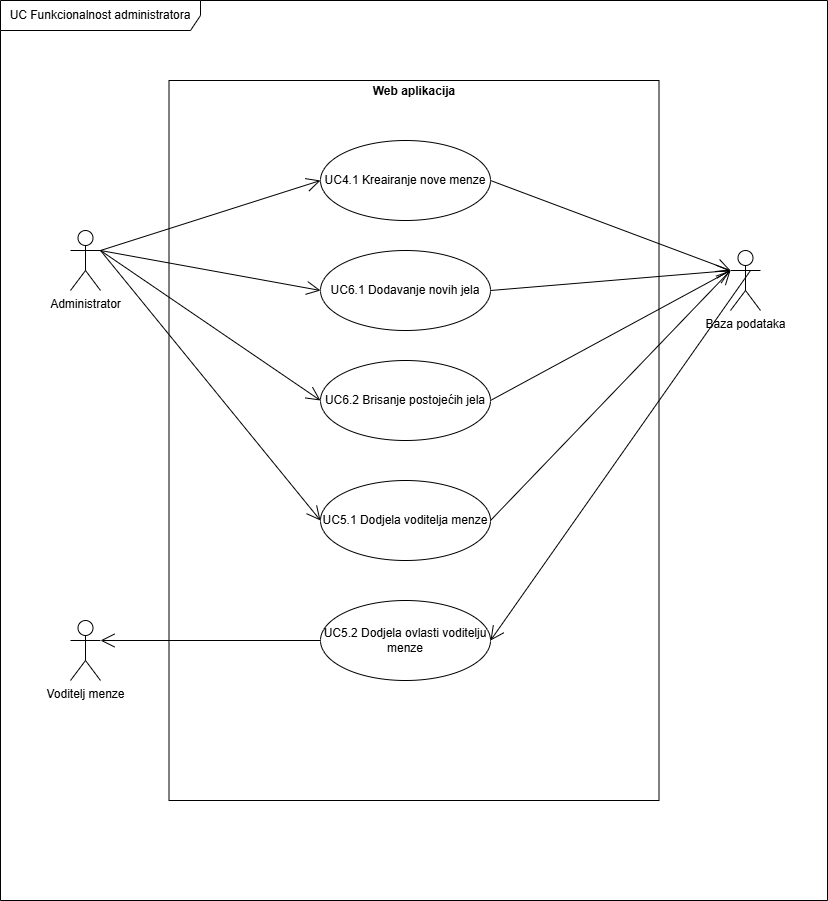
Earlier version of the draw.io export docs/imgs/uc-diagrams/UCAdmin.png (lukaznj/dish-detective). Source tidied: cells renumbered, new cells last; positions are measured from the earlier drawing's top-left corner, leaving out a move shared by most shapes.
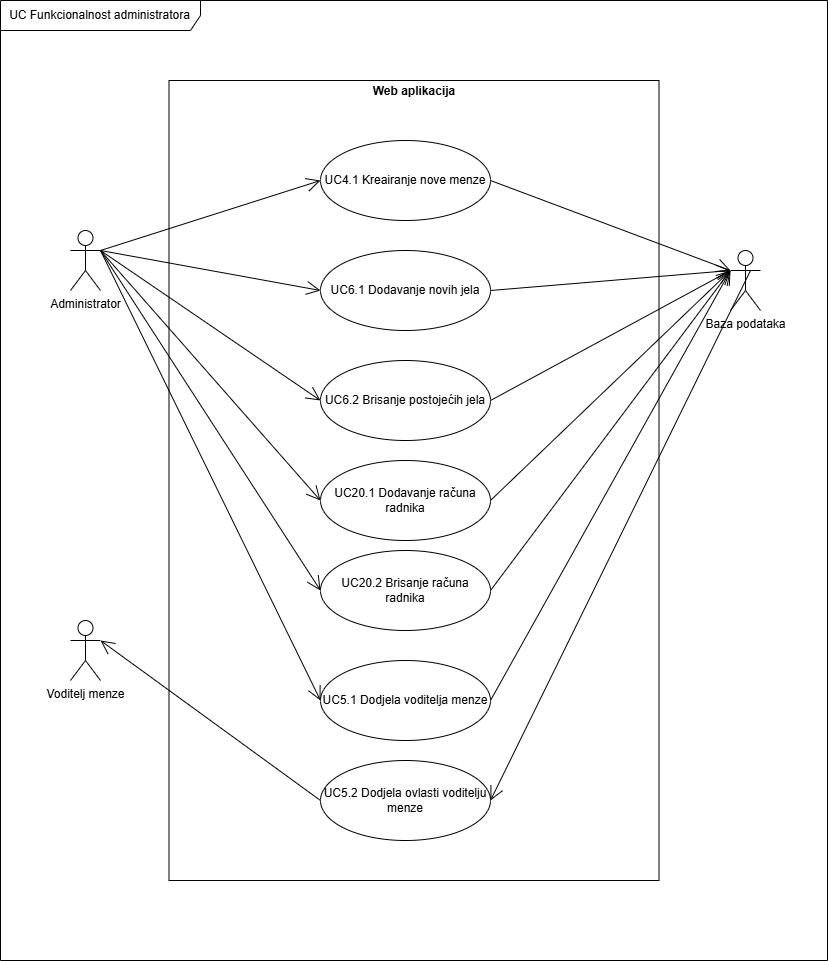
The same diagram one commit later.

The edit, as a diff of the source:
```diff
@@ -3,10 +3,10 @@
     <mxCell id="0" />
     <mxCell id="1" parent="0" />
     <mxCell id="2" value="UC Funkcionalnost administratora" style="shape=umlFrame;whiteSpace=wrap;html=1;width=200;height=30;" parent="1" vertex="1">
-      <mxGeometry width="827" height="900" as="geometry" />
+      <mxGeometry width="827" height="960" as="geometry" />
     </mxCell>
     <mxCell id="3" value="&lt;p style=&quot;margin:0px;margin-top:4px;text-align:center;&quot;&gt;&lt;/p&gt;&lt;div style=&quot;text-align: center; height: 2px;&quot;&gt;&lt;b&gt;Web aplikacija&lt;/b&gt;&lt;/div&gt;" style="verticalAlign=top;align=left;overflow=fill;html=1;whiteSpace=wrap;labelBackgroundColor=none;" parent="1" vertex="1">
-      <mxGeometry x="168.5" y="80" width="490" height="720" as="geometry" />
+      <mxGeometry x="168.5" y="80" width="490" height="800" as="geometry" />
     </mxCell>
     <mxCell id="4" value="Administrator" style="shape=umlActor;verticalLabelPosition=bottom;verticalAlign=top;html=1;" parent="1" vertex="1">
       <mxGeometry x="70" y="230" width="30" height="60" as="geometry" />
@@ -24,7 +24,7 @@
       <mxGeometry relative="1" as="geometry" />
     </mxCell>
     <mxCell id="9" value="UC5.1 Dodjela voditelja menze" style="ellipse;whiteSpace=wrap;html=1;" parent="1" vertex="1">
-      <mxGeometry x="320" y="480" width="170" height="80" as="geometry" />
+      <mxGeometry x="320" y="660" width="170" height="80" as="geometry" />
     </mxCell>
     <mxCell id="10" style="endArrow=open;endFill=1;endSize=12;html=1;rounded=0;entryX=0;entryY=0.5;entryDx=0;entryDy=0;" parent="1" edge="1" target="9">
       <mxGeometry relative="1" as="geometry">
@@ -40,7 +40,7 @@
       <mxGeometry x="70" y="620" width="30" height="60" as="geometry" />
     </mxCell>
     <mxCell id="13" value="UC5.2 Dodjela ovlasti voditelju menze" style="ellipse;whiteSpace=wrap;html=1;" parent="1" vertex="1">
-      <mxGeometry x="320" y="600" width="170" height="80" as="geometry" />
+      <mxGeometry x="320" y="760" width="170" height="80" as="geometry" />
     </mxCell>
     <mxCell id="14" style="endArrow=open;endFill=1;endSize=12;html=1;rounded=0;entryX=1;entryY=0.5;entryDx=0;entryDy=0;" parent="1" edge="1" target="13">
       <mxGeometry relative="1" as="geometry">
@@ -76,5 +76,31 @@
         <mxPoint x="730" y="270" as="targetPoint" />
       </mxGeometry>
     </mxCell>
+    <mxCell id="22" value="UC20.1 Dodavanje računa radnika" style="ellipse;whiteSpace=wrap;html=1;" parent="1" vertex="1">
+      <mxGeometry x="320" y="460" width="170" height="80" as="geometry" />
+    </mxCell>
+    <mxCell id="23" value="UC20.2 Brisanje računa radnika" style="ellipse;whiteSpace=wrap;html=1;" parent="1" vertex="1">
+      <mxGeometry x="320" y="550" width="170" height="80" as="geometry" />
+    </mxCell>
+    <mxCell id="24" style="endArrow=open;endFill=1;endSize=12;html=1;rounded=0;entryX=0;entryY=0.5;entryDx=0;entryDy=0;" parent="1" edge="1" target="22">
+      <mxGeometry relative="1" as="geometry">
+        <mxPoint x="100" y="250" as="sourcePoint" />
+      </mxGeometry>
+    </mxCell>
+    <mxCell id="25" style="endArrow=open;endFill=1;endSize=12;html=1;rounded=0;exitX=1;exitY=0.5;exitDx=0;exitDy=0;" parent="1" edge="1" source="22">
+      <mxGeometry relative="1" as="geometry">
+        <mxPoint x="730" y="270" as="targetPoint" />
+      </mxGeometry>
+    </mxCell>
+    <mxCell id="26" style="endArrow=open;endFill=1;endSize=12;html=1;rounded=0;entryX=0;entryY=0.5;entryDx=0;entryDy=0;" parent="1" edge="1" target="23">
+      <mxGeometry relative="1" as="geometry">
+        <mxPoint x="100" y="250" as="sourcePoint" />
+      </mxGeometry>
+    </mxCell>
+    <mxCell id="27" style="endArrow=open;endFill=1;endSize=12;html=1;rounded=0;exitX=1;exitY=0.5;exitDx=0;exitDy=0;" parent="1" edge="1" source="23">
+      <mxGeometry relative="1" as="geometry">
+        <mxPoint x="730" y="270" as="targetPoint" />
+      </mxGeometry>
+    </mxCell>
   </root>
 </mxGraphModel>
```
